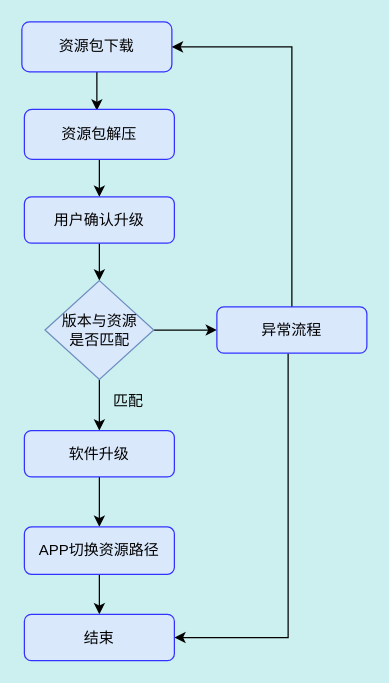
This is new.drawio from allenxxb/drow, a draw.io file, before an edit. Source tidied: cells renumbered, new cells numbered last; positions are measured from the earlier drawing's top-left corner, leaving out a move shared by most shapes. Both pictures are drawn from the tidied source at 125%, with x=0, y=0 at pixel (21, 21).
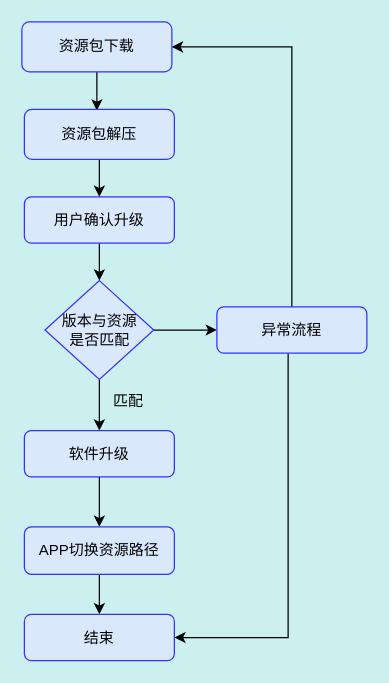
The same page after the edit.

What changed in the source:
```diff
@@
-    <mxCell id="10" value="版本与资源&lt;br&gt;是否匹配" style="rhombus;whiteSpace=wrap;html=1;strokeColor=#6c8ebf;fillColor=#dae8fc;" parent="1" vertex="1">
+    <mxCell id="10" value="版本与资源&lt;br&gt;是否匹配" style="rhombus;whiteSpace=wrap;html=1;strokeColor=#3333FF;fillColor=#dae8fc;" parent="1" vertex="1">
       <mxGeometry x="18.5" y="207" width="87" height="79" as="geometry" />
     </mxCell>
```
